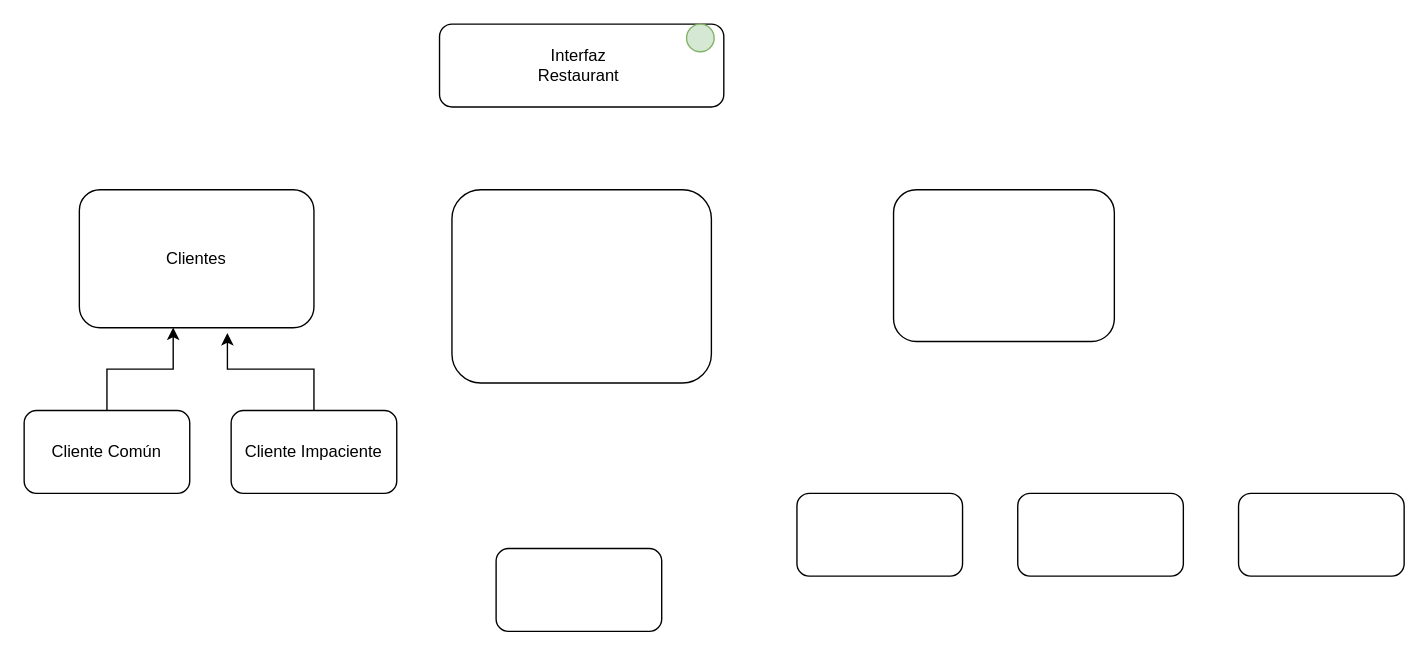
Above: Untitled Diagram.drawio in KevinCordoba/Proyecto_POO_1 (draw.io), before the change. Source tidied: cells renumbered, new cells numbered last; positions are measured from the earlier drawing's top-left corner, leaving out a move shared by most shapes. Both pictures are drawn from the tidied source at 138%, with x=0, y=0 at pixel (23, 23).
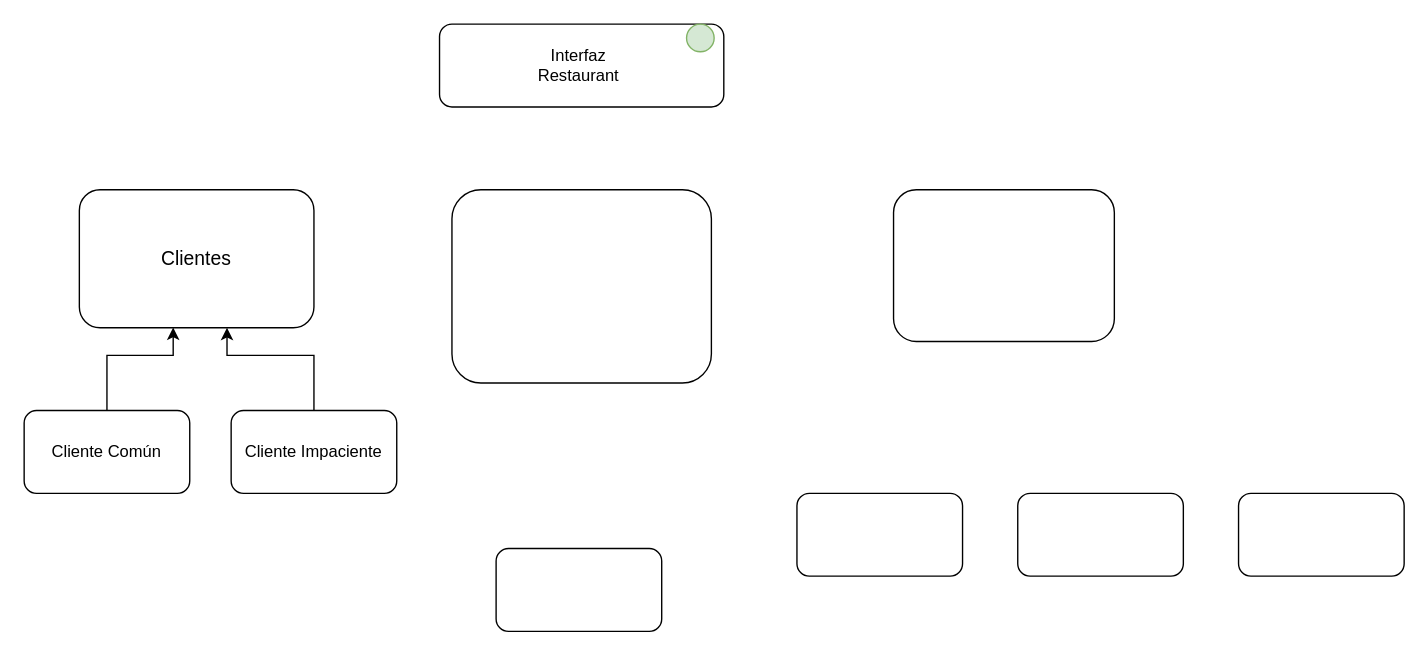
Above is the later version.

Unchanged cells that the change refers to:
```xml
<mxCell id="12" value="Cliente Común" style="rounded=1;whiteSpace=wrap;html=1;" parent="1" vertex="1">
  <mxGeometry y="280" width="120" height="60" as="geometry" />
</mxCell>
<mxCell id="15" value="Cliente Impaciente" style="rounded=1;whiteSpace=wrap;html=1;" parent="1" vertex="1">
  <mxGeometry x="150" y="280" width="120" height="60" as="geometry" />
</mxCell>
```

The edit, as a diff of the source:
```diff
@@
-    <mxCell id="6" value="Clientes" style="rounded=1;whiteSpace=wrap;html=1;" parent="1" vertex="1">
+    <mxCell id="6" value="&lt;font style=&quot;font-size: 14px&quot;&gt;Clientes&lt;/font&gt;" style="rounded=1;whiteSpace=wrap;html=1;" parent="1" vertex="1">
       <mxGeometry x="40" y="120" width="170" height="100" as="geometry" />
     </mxCell>
@@
     <mxCell id="11" style="edgeStyle=orthogonalEdgeStyle;rounded=0;jettySize=auto;html=1;entryX=0.4;entryY=0.998;entryDx=0;entryDy=0;entryPerimeter=0;" parent="1" edge="1" source="12" target="6">
-      <mxGeometry relative="1" as="geometry" />
+      <mxGeometry relative="1" as="geometry">
+        <Array as="points">
+          <mxPoint x="60" y="240" />
+          <mxPoint x="108" y="240" />
+        </Array>
+      </mxGeometry>
     </mxCell>
@@
-    <mxCell id="14" style="edgeStyle=orthogonalEdgeStyle;rounded=0;jettySize=auto;html=1;entryX=0.631;entryY=1.038;entryDx=0;entryDy=0;entryPerimeter=0;" parent="1" edge="1" source="15" target="6">
-      <mxGeometry relative="1" as="geometry" />
+    <mxCell id="14" style="edgeStyle=orthogonalEdgeStyle;rounded=0;jettySize=auto;html=1;" parent="1" edge="1" source="15">
+      <mxGeometry relative="1" as="geometry">
+        <mxPoint x="147" y="220" as="targetPoint" />
+        <Array as="points">
+          <mxPoint x="210" y="240" />
+          <mxPoint x="147" y="240" />
+        </Array>
+      </mxGeometry>
     </mxCell>
```
